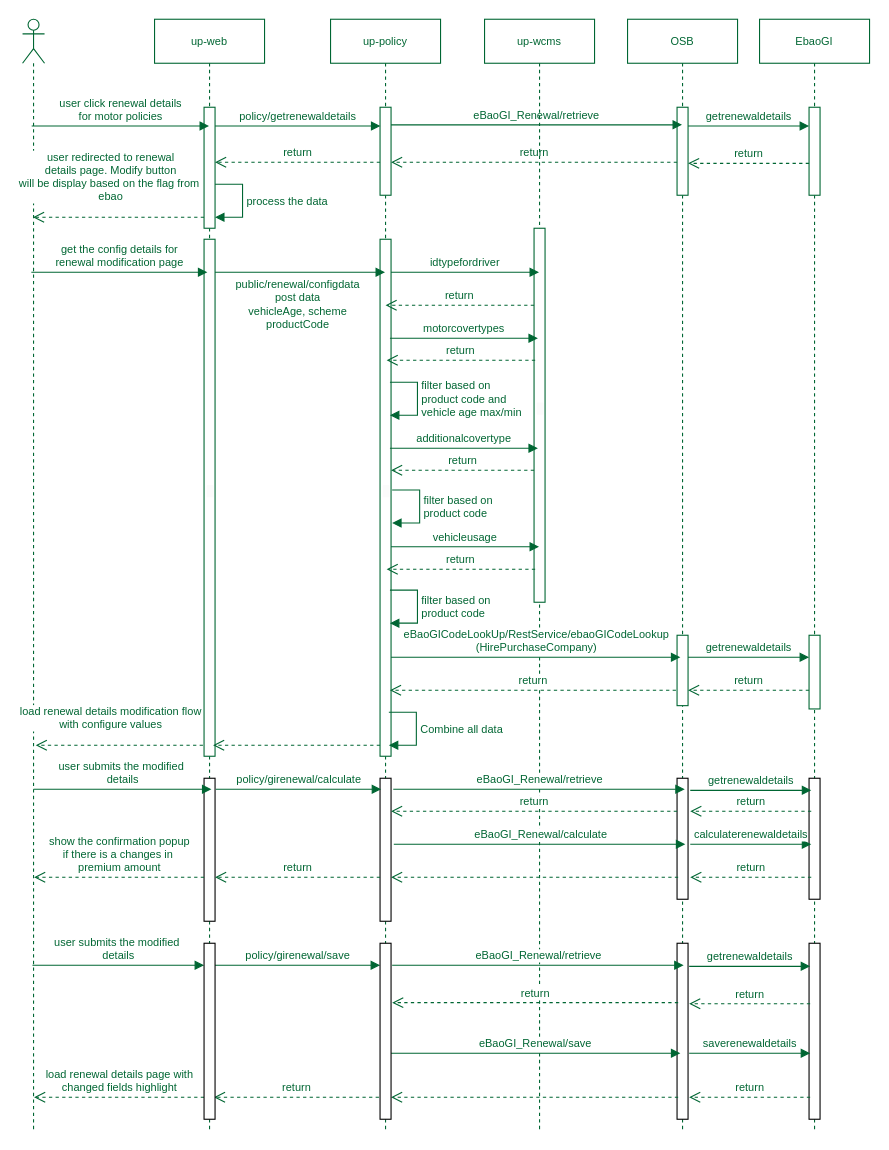
ajeeshraj56/drawio keeps this draw.io diagram as GI-renweal-modification.drawio. Above is the earlier version. Source tidied: cells renumbered, new cells numbered last; positions are measured from the earlier drawing's top-left corner, leaving out a move shared by most shapes. Both pictures are drawn from the tidied source at 110%, with x=0, y=0 at pixel (22, 19).
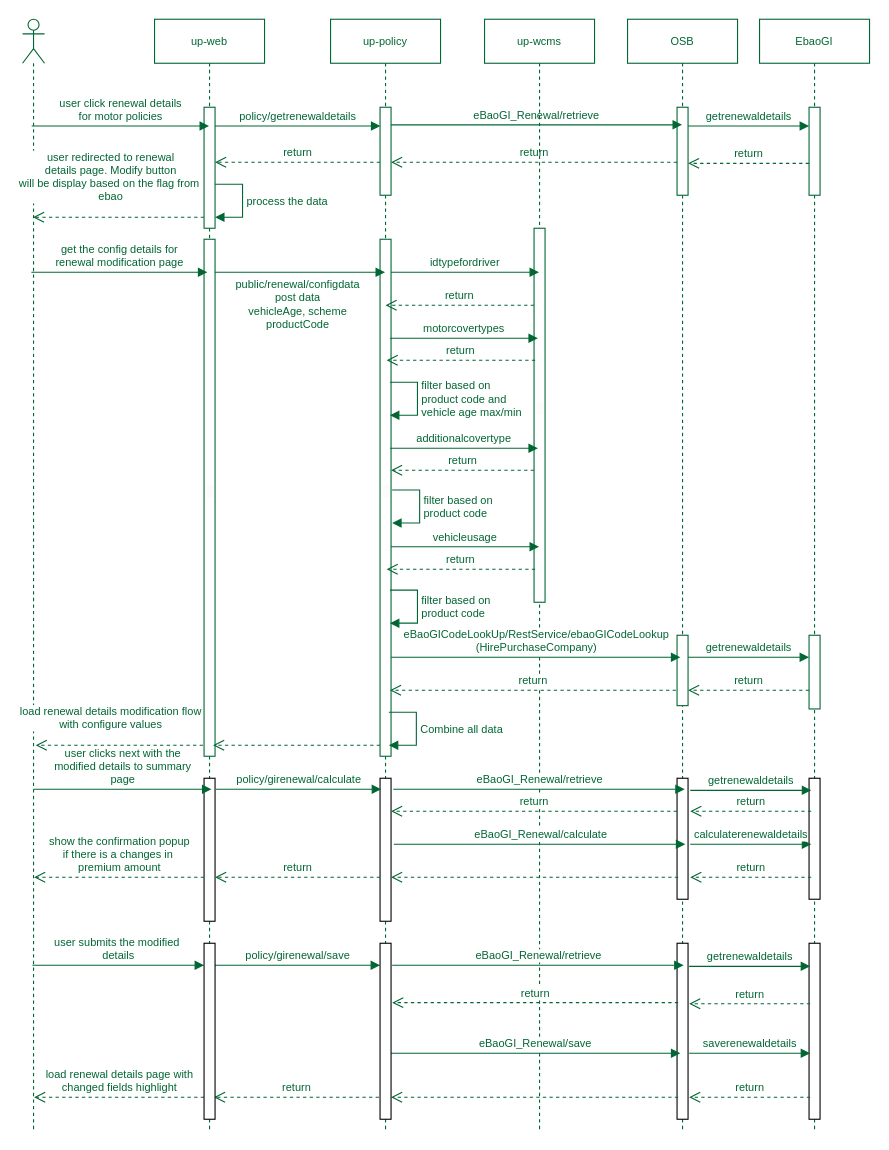
The same diagram, later.

The edit, as a diff of the source:
```diff
@@
-    <mxCell id="66" value="&lt;font style=&quot;font-size: 10px;&quot;&gt;user submits the modified&amp;nbsp;&lt;br&gt;details&lt;br&gt;&lt;/font&gt;" style="html=1;verticalAlign=bottom;endArrow=block;curved=0;rounded=0;fontSize=10;fontColor=#006633;strokeColor=#006633;" parent="1" edge="1">
+    <mxCell id="66" value="&lt;font style=&quot;font-size: 10px;&quot;&gt;user clicks next with the &lt;br&gt;modified details to summary &lt;br&gt;page&lt;br&gt;&lt;/font&gt;" style="html=1;verticalAlign=bottom;endArrow=block;curved=0;rounded=0;fontSize=10;fontColor=#006633;strokeColor=#006633;" parent="1" edge="1">
       <mxGeometry relative="1" as="geometry">
         <mxPoint x="10" y="700" as="sourcePoint" />
         <mxPoint x="171.7" y="700" as="targetPoint" />
       </mxGeometry>
     </mxCell>
```
